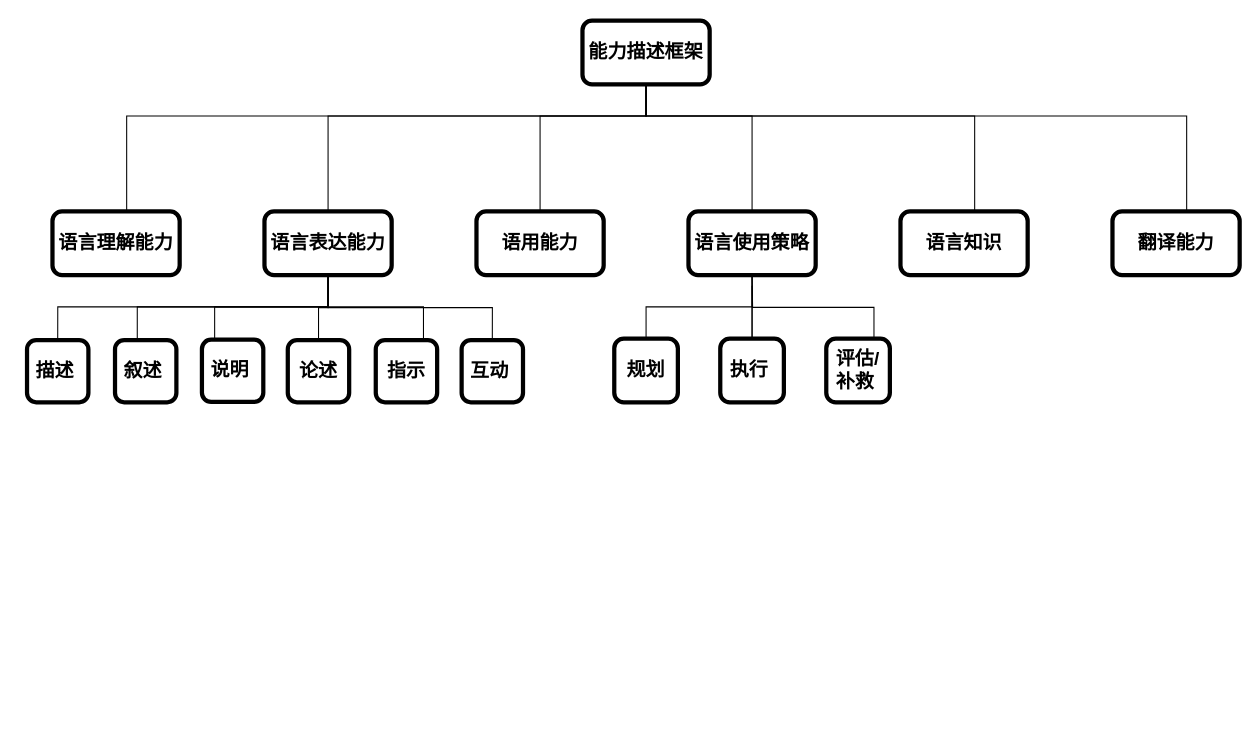
chenguo222/python-random-quote keeps this draw.io diagram as page "Page-1" (1 of 2) of Untitled Diagram.drawio. Above is the earlier version. Source tidied: cells renumbered, new cells numbered last; positions are measured from the earlier drawing's top-left corner, leaving out a move shared by most shapes. Both pictures are drawn from the tidied source at 106%, with x=0, y=0 at pixel (26, 20).
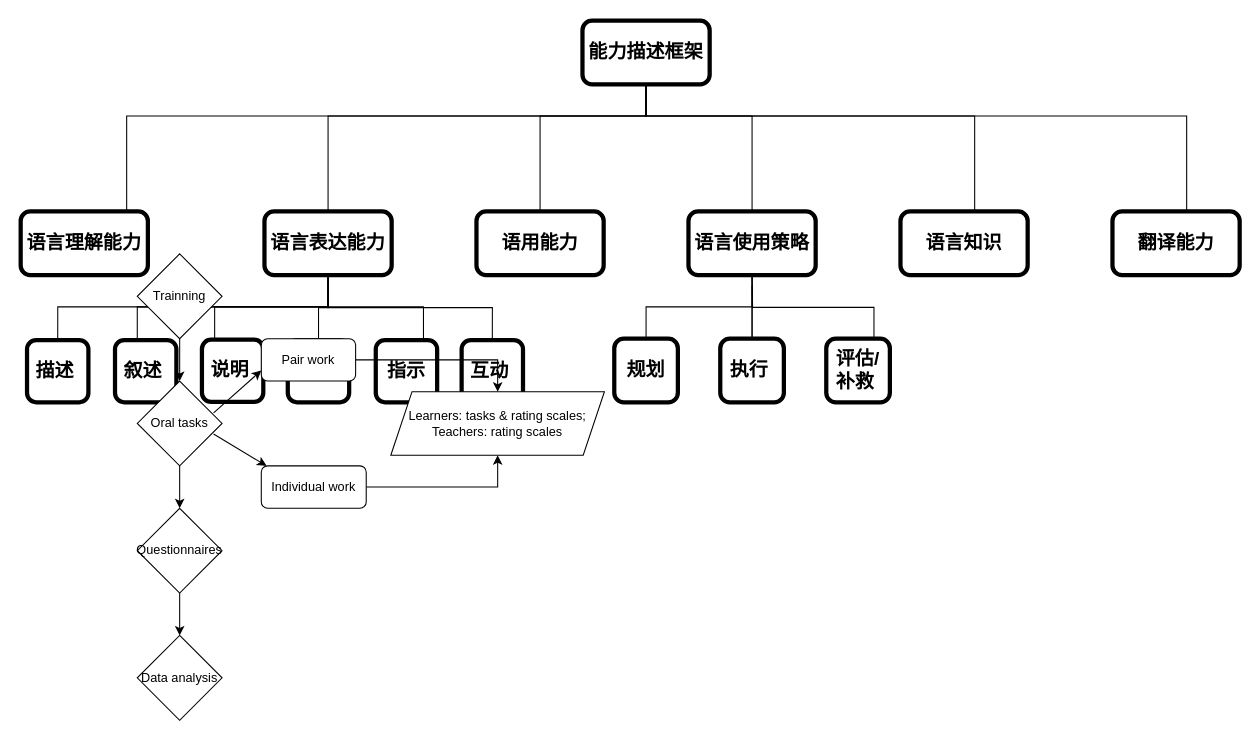
The same page after the edit.

Diff of the diagram source:
```diff
@@
     <mxCell id="12" value="&lt;h2 style=&quot;font-size: 18px;&quot;&gt;&lt;font style=&quot;font-size: 18px;&quot;&gt;&lt;span style=&quot;font-size: 18px;&quot;&gt;语言理解能力&lt;/span&gt;&lt;/font&gt;&lt;/h2&gt;" style="whiteSpace=wrap;html=1;fontSize=18;rounded=1;fontStyle=1;align=center;verticalAlign=middle;fontFamily=Helvetica;strokeWidth=4;glass=0;" parent="1" vertex="1">
-      <mxGeometry x="24" y="180" width="120" height="60" as="geometry" />
+      <mxGeometry x="-6" y="180" width="120" height="60" as="geometry" />
     </mxCell>
@@
+    <mxCell id="35" style="edgeStyle=orthogonalEdgeStyle;rounded=0;jettySize=auto;html=1;" parent="1" edge="1" source="36" target="38">
+      <mxGeometry relative="1" as="geometry" />
+    </mxCell>
+    <mxCell id="36" value="Trainning" style="rhombus;whiteSpace=wrap;html=1;" parent="1" vertex="1">
+      <mxGeometry x="104" y="220" width="80" height="80" as="geometry" />
+    </mxCell>
+    <mxCell id="37" style="edgeStyle=orthogonalEdgeStyle;rounded=0;jettySize=auto;html=1;" parent="1" edge="1" source="38" target="40">
+      <mxGeometry relative="1" as="geometry" />
+    </mxCell>
+    <mxCell id="38" value="Oral tasks" style="rhombus;whiteSpace=wrap;html=1;" parent="1" vertex="1">
+      <mxGeometry x="104" y="340" width="80" height="80" as="geometry" />
+    </mxCell>
+    <mxCell id="39" style="edgeStyle=orthogonalEdgeStyle;rounded=0;jettySize=auto;html=1;" parent="1" edge="1" source="40" target="41">
+      <mxGeometry relative="1" as="geometry" />
+    </mxCell>
+    <mxCell id="40" value="Questionnaires" style="rhombus;whiteSpace=wrap;html=1;" parent="1" vertex="1">
+      <mxGeometry x="104" y="460" width="80" height="80" as="geometry" />
+    </mxCell>
+    <mxCell id="41" value="Data analysis" style="rhombus;whiteSpace=wrap;html=1;" parent="1" vertex="1">
+      <mxGeometry x="104" y="580" width="80" height="80" as="geometry" />
+    </mxCell>
+    <mxCell id="42" style="edgeStyle=orthogonalEdgeStyle;rounded=0;jettySize=auto;html=1;" parent="1" edge="1" source="43" target="48">
+      <mxGeometry relative="1" as="geometry" />
+    </mxCell>
+    <mxCell id="43" value="Pair work" style="rounded=1;whiteSpace=wrap;html=1;" parent="1" vertex="1">
+      <mxGeometry x="221" y="300" width="89" height="40" as="geometry" />
+    </mxCell>
+    <mxCell id="44" style="edgeStyle=orthogonalEdgeStyle;rounded=0;jettySize=auto;html=1;" parent="1" edge="1" source="45" target="48">
+      <mxGeometry relative="1" as="geometry" />
+    </mxCell>
+    <mxCell id="45" value="Individual work" style="rounded=1;whiteSpace=wrap;html=1;" parent="1" vertex="1">
+      <mxGeometry x="221" y="420" width="99" height="40" as="geometry" />
+    </mxCell>
+    <mxCell id="46" style="endArrow=classic;html=1;entryX=0;entryY=0.75;entryDx=0;entryDy=0;" parent="1" edge="1" target="43">
+      <mxGeometry relative="1" as="geometry">
+        <mxPoint x="176" y="370" as="sourcePoint" />
+      </mxGeometry>
+    </mxCell>
+    <mxCell id="47" style="endArrow=classic;html=1;" parent="1" edge="1">
+      <mxGeometry relative="1" as="geometry">
+        <mxPoint x="176" y="390" as="sourcePoint" />
+        <mxPoint x="226" y="420" as="targetPoint" />
+      </mxGeometry>
+    </mxCell>
+    <mxCell id="48" value="Learners: tasks &amp;amp; rating scales;&lt;br&gt;Teachers: rating scales" style="shape=parallelogram;perimeter=parallelogramPerimeter;whiteSpace=wrap;html=1;fixedSize=1;" parent="1" vertex="1">
+      <mxGeometry x="343.2" y="350" width="201.5" height="60" as="geometry" />
+    </mxCell>
```
